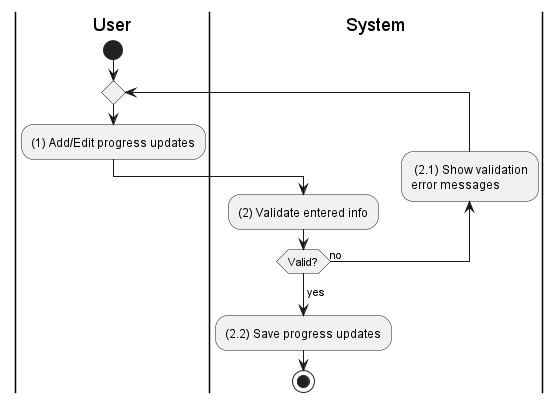
The PlantUML diagram activities/purchase-order-update-progress.png in phihungha/scmss-reqs, before a commit.
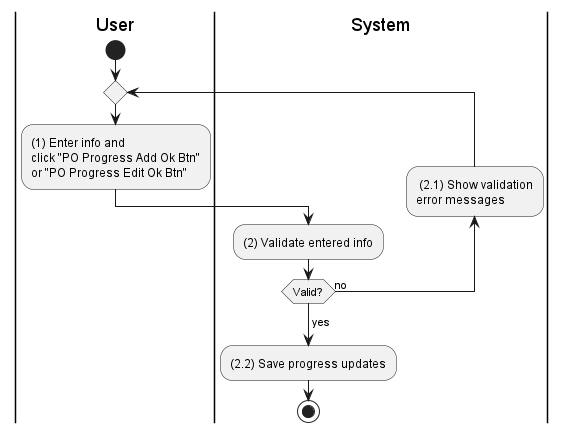
Later version of the same file.

The edit, as a diff of the source:
```diff
@@ -5,7 +5,7 @@
 |u|
 start
 repeat
-    :(1) Add/Edit progress updates;
+    :(1) Enter info and\nclick "PO Progress Add Ok Btn"\nor "PO Progress Edit Ok Btn";
     |s|
     :(2) Validate entered info;
     backward: (2.1) Show validation\nerror messages;
```
